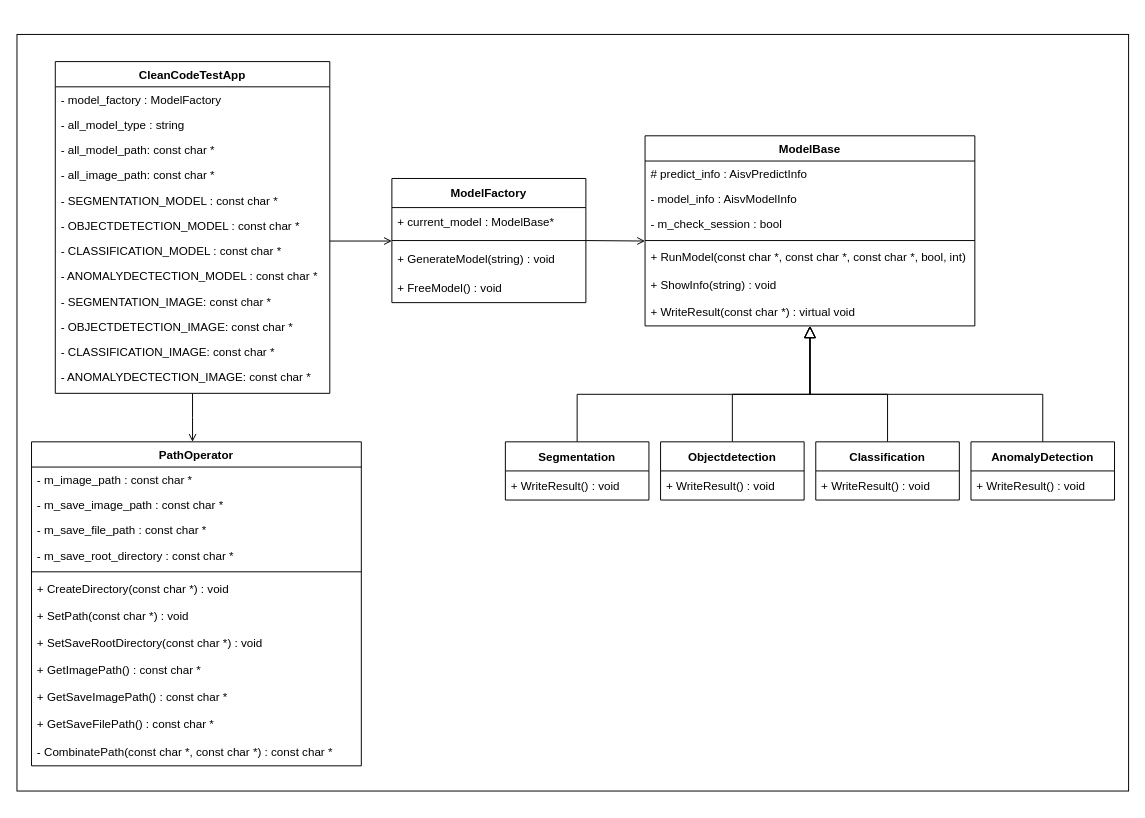
This is CleanCodeUML.drawio from muscleee/UML, a draw.io file, before an edit. Source tidied: cells renumbered, new cells numbered last; positions are measured from the earlier drawing's top-left corner, leaving out a move shared by most shapes. Both pictures are drawn from the tidied source at 97%, with x=0, y=0 at pixel (16, 34).
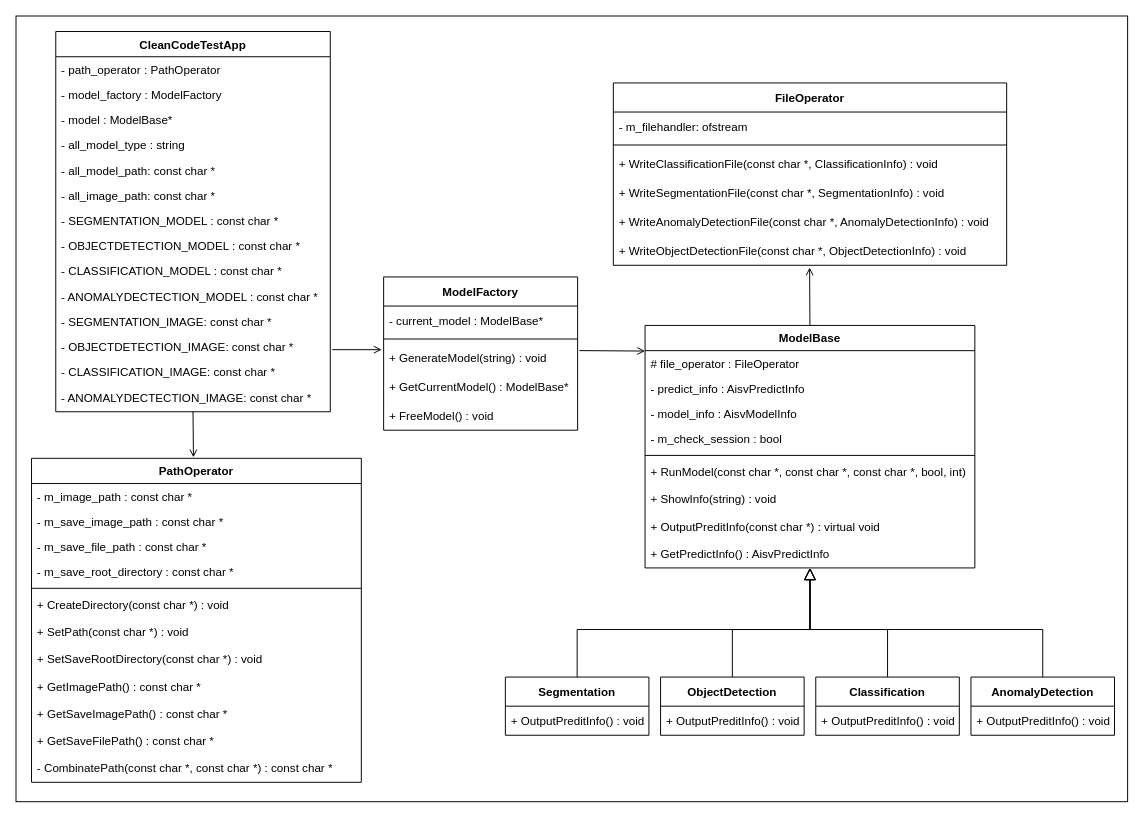
After the change.

Unchanged cells that the change refers to:
```xml
<mxCell id="40" value="+ GenerateModel(string) : void" style="text;strokeColor=none;fillColor=none;align=left;verticalAlign=middle;spacingLeft=4;spacingRight=4;overflow=hidden;points=[[0,0.5],[1,0.5]];portConstraint=eastwest;" parent="37" vertex="1">
  <mxGeometry y="68" width="200" height="30" as="geometry" />
</mxCell>
```

Change to the diagram source:
```diff
@@
     <mxCell id="2" style="rounded=0;whiteSpace=wrap;html=1;" parent="1" vertex="1">
-      <mxGeometry width="1146" height="780" as="geometry" />
+      <mxGeometry x="-1" y="-19" width="1146" height="810" as="geometry" />
     </mxCell>
     <mxCell id="3" value="ModelBase" style="swimlane;fontStyle=1;align=center;verticalAlign=top;horizontal=1;startSize=26;rounded=0;shadow=0;strokeWidth=1;" parent="1" vertex="1">
-      <mxGeometry x="647.5" y="104.5" width="340" height="196" as="geometry" />
+      <mxGeometry x="647.5" y="300" width="340" height="250" as="geometry" />
     </mxCell>
-    <mxCell id="4" value="# predict_info : AisvPredictInfo" style="text;align=left;verticalAlign=top;spacingLeft=4;spacingRight=4;overflow=hidden;" parent="3" vertex="1">
+    <mxCell id="4" value="# file_operator : FileOperator" style="text;align=left;verticalAlign=top;spacingLeft=4;spacingRight=4;overflow=hidden;" parent="3" vertex="1">
       <mxGeometry y="26" width="340" height="26" as="geometry" />
     </mxCell>
+    <mxCell id="57" value="- predict_info : AisvPredictInfo" style="text;align=left;verticalAlign=top;spacingLeft=4;spacingRight=4;overflow=hidden;" parent="3" vertex="1">
+      <mxGeometry y="52" width="340" height="26" as="geometry" />
+    </mxCell>
     <mxCell id="5" value="- model_info : AisvModelInfo" style="text;align=left;verticalAlign=top;spacingLeft=4;spacingRight=4;overflow=hidden;rounded=0;shadow=0;html=0;" parent="3" vertex="1">
-      <mxGeometry y="52" width="340" height="26" as="geometry" />
+      <mxGeometry y="78" width="340" height="26" as="geometry" />
     </mxCell>
     <mxCell id="6" value="- m_check_session : bool" style="text;align=left;verticalAlign=top;spacingLeft=4;spacingRight=4;overflow=hidden;rounded=0;shadow=0;html=0;" parent="3" vertex="1">
-      <mxGeometry y="78" width="340" height="26" as="geometry" />
+      <mxGeometry y="104" width="340" height="26" as="geometry" />
     </mxCell>
     <mxCell id="7" style="line;html=1;strokeWidth=1;align=left;verticalAlign=middle;spacingTop=-1;spacingLeft=3;spacingRight=3;labelPosition=right;points=[];portConstraint=eastwest;" parent="3" vertex="1">
-      <mxGeometry y="104" width="340" height="8" as="geometry" />
+      <mxGeometry y="130" width="340" height="8" as="geometry" />
     </mxCell>
     <mxCell id="8" value="+ RunModel(const char *, const char *, const char *, bool, int)" style="text;align=left;verticalAlign=top;spacingLeft=4;spacingRight=4;overflow=hidden;" parent="3" vertex="1">
-      <mxGeometry y="112" width="340" height="28" as="geometry" />
+      <mxGeometry y="138" width="340" height="28" as="geometry" />
     </mxCell>
     <mxCell id="9" value="+ ShowInfo(string) : void" style="text;align=left;verticalAlign=top;spacingLeft=4;spacingRight=4;overflow=hidden;" parent="3" vertex="1">
-      <mxGeometry y="140" width="340" height="28" as="geometry" />
+      <mxGeometry y="166" width="340" height="28" as="geometry" />
     </mxCell>
-    <mxCell id="10" value="+ WriteResult(const char *) : virtual void" style="text;align=left;verticalAlign=top;spacingLeft=4;spacingRight=4;overflow=hidden;" parent="3" vertex="1">
-      <mxGeometry y="168" width="340" height="28" as="geometry" />
+    <mxCell id="10" value="+ OutputPreditInfo(const char *) : virtual void" style="text;align=left;verticalAlign=top;spacingLeft=4;spacingRight=4;overflow=hidden;" parent="3" vertex="1">
+      <mxGeometry y="194" width="340" height="28" as="geometry" />
     </mxCell>
+    <mxCell id="58" value="+ GetPredictInfo() : AisvPredictInfo " style="text;align=left;verticalAlign=top;spacingLeft=4;spacingRight=4;overflow=hidden;" parent="3" vertex="1">
+      <mxGeometry y="222" width="340" height="28" as="geometry" />
+    </mxCell>
     <mxCell id="11" style="endArrow=block;endSize=10;endFill=0;shadow=0;strokeWidth=1;rounded=0;edgeStyle=elbowEdgeStyle;elbow=vertical;exitX=0.5;exitY=0;exitDx=0;exitDy=0;" parent="1" edge="1" source="28" target="3">
       <mxGeometry relative="1" as="geometry">
         <Array as="points">
-          <mxPoint x="817.5" y="371" />
+          <mxPoint x="817.5" y="613.5" />
         </Array>
       </mxGeometry>
     </mxCell>
     <mxCell id="12" style="endArrow=block;endSize=10;endFill=0;shadow=0;strokeWidth=1;rounded=0;edgeStyle=elbowEdgeStyle;elbow=vertical;exitX=0.5;exitY=0;exitDx=0;exitDy=0;" parent="1" edge="1" source="30" target="3">
       <mxGeometry relative="1" as="geometry">
         <Array as="points">
-          <mxPoint x="817.5" y="371" />
+          <mxPoint x="817.5" y="613.5" />
         </Array>
       </mxGeometry>
     </mxCell>
     <mxCell id="13" value="CleanCodeTestApp" style="swimlane;fontStyle=1;align=center;verticalAlign=top;horizontal=1;startSize=26;rounded=0;shadow=0;strokeWidth=1;" parent="1" vertex="1">
-      <mxGeometry x="39.5" y="28" width="283" height="342" as="geometry" />
+      <mxGeometry x="40" y="-3" width="283" height="392" as="geometry" />
     </mxCell>
-    <mxCell id="14" value="- model_factory : ModelFactory" style="text;align=left;verticalAlign=top;spacingLeft=4;spacingRight=4;overflow=hidden;rounded=0;shadow=0;html=0;" parent="13" vertex="1">
+    <mxCell id="14" value="- path_operator : PathOperator " style="text;align=left;verticalAlign=top;spacingLeft=4;spacingRight=4;overflow=hidden;rounded=0;shadow=0;html=0;" parent="13" vertex="1">
       <mxGeometry y="26" width="283" height="26" as="geometry" />
     </mxCell>
+    <mxCell id="59" value="- model_factory : ModelFactory" style="text;align=left;verticalAlign=top;spacingLeft=4;spacingRight=4;overflow=hidden;rounded=0;shadow=0;html=0;" parent="13" vertex="1">
+      <mxGeometry y="52" width="283" height="26" as="geometry" />
+    </mxCell>
+    <mxCell id="60" value="- model : ModelBase* " style="text;align=left;verticalAlign=top;spacingLeft=4;spacingRight=4;overflow=hidden;rounded=0;shadow=0;html=0;" parent="13" vertex="1">
+      <mxGeometry y="78" width="283" height="26" as="geometry" />
+    </mxCell>
     <mxCell id="15" value="- all_model_type : string" style="text;align=left;verticalAlign=top;spacingLeft=4;spacingRight=4;overflow=hidden;rounded=0;shadow=0;html=0;" parent="13" vertex="1">
-      <mxGeometry y="52" width="283" height="26" as="geometry" />
+      <mxGeometry y="104" width="283" height="26" as="geometry" />
     </mxCell>
     <mxCell id="16" value="- all_model_path: const char *" style="text;align=left;verticalAlign=top;spacingLeft=4;spacingRight=4;overflow=hidden;rounded=0;shadow=0;html=0;" parent="13" vertex="1">
-      <mxGeometry y="78" width="283" height="26" as="geometry" />
+      <mxGeometry y="130" width="283" height="26" as="geometry" />
     </mxCell>
     <mxCell id="17" value="- all_image_path: const char *" style="text;align=left;verticalAlign=top;spacingLeft=4;spacingRight=4;overflow=hidden;rounded=0;shadow=0;html=0;" parent="13" vertex="1">
-      <mxGeometry y="104" width="283" height="26" as="geometry" />
+      <mxGeometry y="156" width="283" height="26" as="geometry" />
     </mxCell>
     <mxCell id="18" value="- SEGMENTATION_MODEL : const char *" style="text;align=left;verticalAlign=top;spacingLeft=4;spacingRight=4;overflow=hidden;rounded=0;shadow=0;html=0;" parent="13" vertex="1">
-      <mxGeometry y="130" width="283" height="26" as="geometry" />
+      <mxGeometry y="182" width="283" height="26" as="geometry" />
     </mxCell>
     <mxCell id="19" value="- OBJECTDETECTION_MODEL : const char *" style="text;align=left;verticalAlign=top;spacingLeft=4;spacingRight=4;overflow=hidden;rounded=0;shadow=0;html=0;" parent="13" vertex="1">
-      <mxGeometry y="156" width="283" height="26" as="geometry" />
+      <mxGeometry y="208" width="283" height="26" as="geometry" />
     </mxCell>
     <mxCell id="20" value="- CLASSIFICATION_MODEL : const char *" style="text;align=left;verticalAlign=top;spacingLeft=4;spacingRight=4;overflow=hidden;rounded=0;shadow=0;html=0;" parent="13" vertex="1">
-      <mxGeometry y="182" width="283" height="26" as="geometry" />
+      <mxGeometry y="234" width="283" height="26" as="geometry" />
     </mxCell>
     <mxCell id="21" value="- ANOMALYDECTECTION_MODEL : const char *" style="text;align=left;verticalAlign=top;spacingLeft=4;spacingRight=4;overflow=hidden;rounded=0;shadow=0;html=0;" parent="13" vertex="1">
-      <mxGeometry y="208" width="283" height="26" as="geometry" />
+      <mxGeometry y="260" width="283" height="26" as="geometry" />
     </mxCell>
     <mxCell id="22" value="- SEGMENTATION_IMAGE: const char *" style="text;align=left;verticalAlign=top;spacingLeft=4;spacingRight=4;overflow=hidden;rounded=0;shadow=0;html=0;" parent="13" vertex="1">
-      <mxGeometry y="234" width="283" height="26" as="geometry" />
+      <mxGeometry y="286" width="283" height="26" as="geometry" />
     </mxCell>
     <mxCell id="23" value="- OBJECTDETECTION_IMAGE: const char *" style="text;align=left;verticalAlign=top;spacingLeft=4;spacingRight=4;overflow=hidden;rounded=0;shadow=0;html=0;" parent="13" vertex="1">
-      <mxGeometry y="260" width="283" height="26" as="geometry" />
+      <mxGeometry y="312" width="283" height="26" as="geometry" />
     </mxCell>
     <mxCell id="24" value="- CLASSIFICATION_IMAGE: const char *" style="text;align=left;verticalAlign=top;spacingLeft=4;spacingRight=4;overflow=hidden;rounded=0;shadow=0;html=0;" parent="13" vertex="1">
-      <mxGeometry y="286" width="283" height="26" as="geometry" />
+      <mxGeometry y="338" width="283" height="26" as="geometry" />
     </mxCell>
     <mxCell id="25" value="- ANOMALYDECTECTION_IMAGE: const char *" style="text;align=left;verticalAlign=top;spacingLeft=4;spacingRight=4;overflow=hidden;rounded=0;shadow=0;html=0;" parent="13" vertex="1">
-      <mxGeometry y="312" width="283" height="28" as="geometry" />
+      <mxGeometry y="364" width="283" height="28" as="geometry" />
     </mxCell>
-    <mxCell id="26" style="endArrow=open;shadow=0;strokeWidth=1;rounded=0;endFill=1;edgeStyle=elbowEdgeStyle;elbow=vertical;entryX=0;entryY=0.5;entryDx=0;entryDy=0;" parent="1" edge="1" source="13" target="37">
+    <mxCell id="26" style="endArrow=open;shadow=0;strokeWidth=1;rounded=0;endFill=1;elbow=vertical;" parent="1" edge="1">
       <mxGeometry x="0.5" y="41" relative="1" as="geometry">
+        <mxPoint x="325" y="325" as="sourcePoint" />
+        <mxPoint x="376" y="325" as="targetPoint" />
         <mxPoint x="-40" y="32" as="offset" />
       </mxGeometry>
     </mxCell>
     <mxCell id="27" style="endArrow=block;endSize=10;endFill=0;shadow=0;strokeWidth=1;rounded=0;edgeStyle=elbowEdgeStyle;elbow=vertical;exitX=0.5;exitY=0;exitDx=0;exitDy=0;entryX=0.5;entryY=1;entryDx=0;entryDy=0;" parent="1" edge="1" source="32" target="3">
       <mxGeometry relative="1" as="geometry">
         <Array as="points">
-          <mxPoint x="859.5" y="371" />
+          <mxPoint x="859.5" y="613.5" />
         </Array>
       </mxGeometry>
     </mxCell>
     <mxCell id="28" value="Segmentation" style="swimlane;fontStyle=1;horizontal=1;startSize=30;" parent="1" vertex="1">
-      <mxGeometry x="503.5" y="420" width="148" height="60" as="geometry" />
+      <mxGeometry x="503.5" y="662.5" width="148" height="60" as="geometry" />
     </mxCell>
-    <mxCell id="29" value="+ WriteResult() : void" style="text;strokeColor=none;fillColor=none;align=left;verticalAlign=middle;spacingLeft=4;spacingRight=4;overflow=hidden;" parent="28" vertex="1">
+    <mxCell id="29" value="+ OutputPreditInfo() : void" style="text;strokeColor=none;fillColor=none;align=left;verticalAlign=middle;spacingLeft=4;spacingRight=4;overflow=hidden;" parent="28" vertex="1">
       <mxGeometry y="30" width="148" height="30" as="geometry" />
     </mxCell>
-    <mxCell id="30" value="Objectdetection" style="swimlane;fontStyle=1;horizontal=1;startSize=30;" parent="1" vertex="1">
-      <mxGeometry x="663.5" y="420" width="148" height="60" as="geometry" />
+    <mxCell id="30" value="ObjectDetection" style="swimlane;fontStyle=1;horizontal=1;startSize=30;" parent="1" vertex="1">
+      <mxGeometry x="663.5" y="662.5" width="148" height="60" as="geometry" />
     </mxCell>
-    <mxCell id="31" value="+ WriteResult() : void" style="text;strokeColor=none;fillColor=none;align=left;verticalAlign=middle;spacingLeft=4;spacingRight=4;overflow=hidden;" parent="30" vertex="1">
+    <mxCell id="31" value="+ OutputPreditInfo() : void" style="text;strokeColor=none;fillColor=none;align=left;verticalAlign=middle;spacingLeft=4;spacingRight=4;overflow=hidden;" parent="30" vertex="1">
       <mxGeometry y="30" width="148" height="30" as="geometry" />
     </mxCell>
     <mxCell id="32" value="Classification" style="swimlane;fontStyle=1;horizontal=1;startSize=30;" parent="1" vertex="1">
-      <mxGeometry x="823.5" y="420" width="148" height="60" as="geometry" />
+      <mxGeometry x="823.5" y="662.5" width="148" height="60" as="geometry" />
     </mxCell>
-    <mxCell id="33" value="+ WriteResult() : void" style="text;strokeColor=none;fillColor=none;align=left;verticalAlign=middle;spacingLeft=4;spacingRight=4;overflow=hidden;" parent="32" vertex="1">
+    <mxCell id="33" value="+ OutputPreditInfo() : void" style="text;strokeColor=none;fillColor=none;align=left;verticalAlign=middle;spacingLeft=4;spacingRight=4;overflow=hidden;" parent="32" vertex="1">
       <mxGeometry y="30" width="148" height="30" as="geometry" />
     </mxCell>
     <mxCell id="34" style="endArrow=block;endSize=10;endFill=0;shadow=0;strokeWidth=1;rounded=0;edgeStyle=elbowEdgeStyle;elbow=vertical;exitX=0.5;exitY=0;exitDx=0;exitDy=0;entryX=0.5;entryY=1;entryDx=0;entryDy=0;" parent="1" edge="1" source="35" target="3">
       <mxGeometry relative="1" as="geometry">
         <Array as="points">
-          <mxPoint x="939.5" y="371" />
+          <mxPoint x="939.5" y="613.5" />
         </Array>
       </mxGeometry>
     </mxCell>
     <mxCell id="35" value="AnomalyDetection" style="swimlane;fontStyle=1;horizontal=1;startSize=30;" parent="1" vertex="1">
-      <mxGeometry x="983.5" y="420" width="148" height="60" as="geometry" />
+      <mxGeometry x="983.5" y="662.5" width="148" height="60" as="geometry" />
     </mxCell>
-    <mxCell id="36" value="+ WriteResult() : void" style="text;strokeColor=none;fillColor=none;align=left;verticalAlign=middle;spacingLeft=4;spacingRight=4;overflow=hidden;" parent="35" vertex="1">
+    <mxCell id="36" value="+ OutputPreditInfo() : void" style="text;strokeColor=none;fillColor=none;align=left;verticalAlign=middle;spacingLeft=4;spacingRight=4;overflow=hidden;" parent="35" vertex="1">
       <mxGeometry y="30" width="148" height="30" as="geometry" />
     </mxCell>
     <mxCell id="37" value="ModelFactory" style="swimlane;fontStyle=1;horizontal=1;startSize=30;" parent="1" vertex="1">
-      <mxGeometry x="386.5" y="148.5" width="200" height="128" as="geometry" />
+      <mxGeometry x="378" y="250" width="200" height="158" as="geometry" />
     </mxCell>
-    <mxCell id="38" value="+ current_model : ModelBase*" style="text;strokeColor=none;fillColor=none;align=left;verticalAlign=middle;spacingLeft=4;spacingRight=4;overflow=hidden;" parent="37" vertex="1">
+    <mxCell id="38" value="- current_model : ModelBase*" style="text;strokeColor=none;fillColor=none;align=left;verticalAlign=middle;spacingLeft=4;spacingRight=4;overflow=hidden;" parent="37" vertex="1">
       <mxGeometry y="30" width="200" height="30" as="geometry" />
     </mxCell>
@@
-    <mxCell id="41" value="+ FreeModel() : void" style="text;strokeColor=none;fillColor=none;align=left;verticalAlign=middle;spacingLeft=4;spacingRight=4;overflow=hidden;" parent="37" vertex="1">
+    <mxCell id="41" value="+ GetCurrentModel() : ModelBase* " style="text;strokeColor=none;fillColor=none;align=left;verticalAlign=middle;spacingLeft=4;spacingRight=4;overflow=hidden;" parent="37" vertex="1">
       <mxGeometry y="98" width="200" height="30" as="geometry" />
     </mxCell>
+    <mxCell id="61" value="+ FreeModel() : void" style="text;strokeColor=none;fillColor=none;align=left;verticalAlign=middle;spacingLeft=4;spacingRight=4;overflow=hidden;" parent="37" vertex="1">
+      <mxGeometry y="128" width="200" height="30" as="geometry" />
+    </mxCell>
     <mxCell id="42" value="PathOperator" style="swimlane;fontStyle=1;align=center;verticalAlign=top;horizontal=1;startSize=26;rounded=0;shadow=0;strokeWidth=1;" parent="1" vertex="1">
-      <mxGeometry x="15" y="420" width="340" height="334" as="geometry" />
+      <mxGeometry x="15" y="437" width="340" height="334" as="geometry" />
     </mxCell>
@@
-    <mxCell id="55" style="endArrow=open;shadow=0;strokeWidth=1;rounded=0;endFill=1;edgeStyle=elbowEdgeStyle;elbow=vertical;entryX=0;entryY=0.563;entryDx=0;entryDy=0;entryPerimeter=0;exitX=1;exitY=0.5;exitDx=0;exitDy=0;" parent="1" edge="1" source="37" target="7">
-      <mxGeometry x="0.5" y="41" relative="1" as="geometry">
-        <mxPoint x="-40" y="32" as="offset" />
-      </mxGeometry>
-    </mxCell>
-    <mxCell id="56" style="endArrow=open;shadow=0;strokeWidth=1;rounded=0;endFill=1;edgeStyle=elbowEdgeStyle;elbow=vertical;" parent="1" edge="1">
+    <mxCell id="56" style="endArrow=open;shadow=0;strokeWidth=1;rounded=0;endFill=1;edgeStyle=elbowEdgeStyle;elbow=vertical;exitX=0.5;exitY=1;exitDx=0;exitDy=0;entryX=0.491;entryY=-0.003;entryDx=0;entryDy=0;entryPerimeter=0;" parent="1" edge="1" source="13" target="42">
       <mxGeometry x="0.5" y="41" relative="1" as="geometry">
-        <mxPoint x="181" y="370" as="sourcePoint" />
-        <mxPoint x="181" y="420" as="targetPoint" />
+        <Array as="points">
+          <mxPoint x="186" y="389" />
+        </Array>
         <mxPoint x="-40" y="32" as="offset" />
       </mxGeometry>
     </mxCell>
+    <mxCell id="62" style="endArrow=open;shadow=0;strokeWidth=1;rounded=0;endFill=1;elbow=vertical;exitX=1.009;exitY=0.265;exitDx=0;exitDy=0;exitPerimeter=0;" parent="1" edge="1" source="40">
+      <mxGeometry x="0.5" y="41" relative="1" as="geometry">
+        <mxPoint x="647.5" y="326.4" as="targetPoint" />
+        <mxPoint x="-40" y="32" as="offset" />
+      </mxGeometry>
+    </mxCell>
+    <mxCell id="63" style="endArrow=open;shadow=0;strokeWidth=1;rounded=0;endFill=1;elbow=vertical;entryX=0.499;entryY=1.076;entryDx=0;entryDy=0;entryPerimeter=0;exitX=0.5;exitY=0;exitDx=0;exitDy=0;" parent="1" edge="1" source="3" target="70">
+      <mxGeometry x="0.5" y="41" relative="1" as="geometry">
+        <mxPoint x="-40" y="32" as="offset" />
+      </mxGeometry>
+    </mxCell>
+    <mxCell id="64" value="FileOperator" style="swimlane;fontStyle=1;horizontal=1;startSize=30;" parent="1" vertex="1">
+      <mxGeometry x="614.8" y="50" width="405.5" height="188" as="geometry" />
+    </mxCell>
+    <mxCell id="65" value="- m_filehandler: ofstream " style="text;strokeColor=none;fillColor=none;align=left;verticalAlign=middle;spacingLeft=4;spacingRight=4;overflow=hidden;" parent="64" vertex="1">
+      <mxGeometry y="30" width="405.5" height="30" as="geometry" />
+    </mxCell>
+    <mxCell id="66" style="line;strokeWidth=1;fillColor=none;align=left;verticalAlign=middle;spacingTop=-1;spacingLeft=3;spacingRight=3;labelPosition=right;" parent="64" vertex="1">
+      <mxGeometry y="60" width="405.5" height="8" as="geometry" />
+    </mxCell>
+    <mxCell id="67" value="+ WriteClassificationFile(const char *, ClassificationInfo) : void" style="text;strokeColor=none;fillColor=none;align=left;verticalAlign=middle;spacingLeft=4;spacingRight=4;overflow=hidden;" parent="64" vertex="1">
+      <mxGeometry y="68" width="405.5" height="30" as="geometry" />
+    </mxCell>
+    <mxCell id="68" value="+ WriteSegmentationFile(const char *, SegmentationInfo) : void " style="text;strokeColor=none;fillColor=none;align=left;verticalAlign=middle;spacingLeft=4;spacingRight=4;overflow=hidden;" parent="64" vertex="1">
+      <mxGeometry y="98" width="405.5" height="30" as="geometry" />
+    </mxCell>
+    <mxCell id="69" value="+ WriteAnomalyDetectionFile(const char *, AnomalyDetectionInfo) : void " style="text;strokeColor=none;fillColor=none;align=left;verticalAlign=middle;spacingLeft=4;spacingRight=4;overflow=hidden;" parent="64" vertex="1">
+      <mxGeometry y="128" width="405.5" height="30" as="geometry" />
+    </mxCell>
+    <mxCell id="70" value="+ WriteObjectDetectionFile(const char *, ObjectDetectionInfo) : void " style="text;strokeColor=none;fillColor=none;align=left;verticalAlign=middle;spacingLeft=4;spacingRight=4;overflow=hidden;points=[[0,0.5],[1,0.5]];portConstraint=eastwest;" parent="64" vertex="1">
+      <mxGeometry y="158" width="405.5" height="30" as="geometry" />
+    </mxCell>
```
